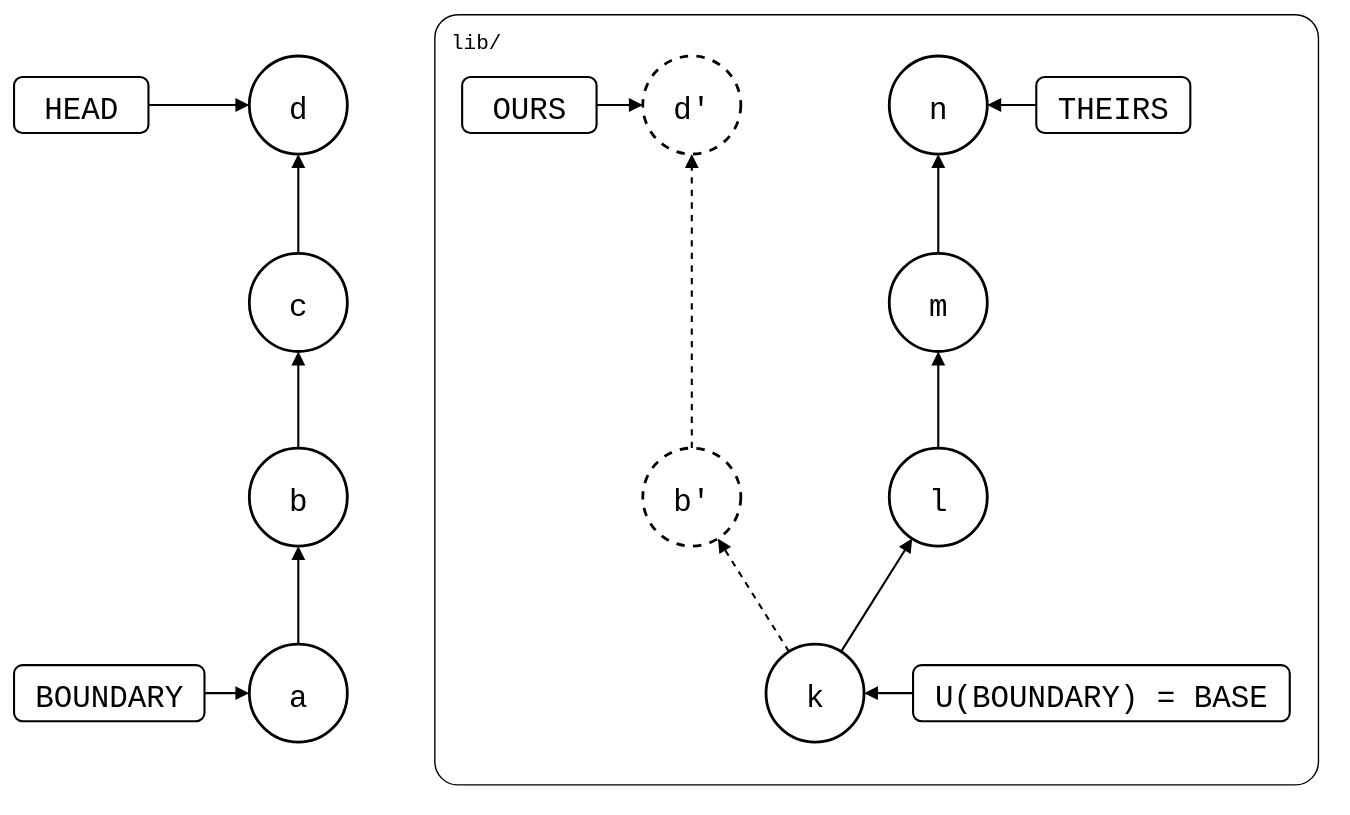
This is test/scenarios/01-everyday-sync/01-sync-model/before-pull-git-names.drawio.svg from roschaefer/git-splice, a draw.io export, as it was before one commit. Source tidied: cells renumbered, new cells last; positions are measured from the earlier drawing's top-left corner, leaving out a move shared by most shapes. Source of this version:
```xml
<mxGraphModel background="#ffffff">
  <root>
    <mxCell id="0" />
    <mxCell id="1" parent="0" />
    <mxCell id="2" value="lib/" style="rounded=1;arcSize=3;fillColor=none;strokeWidth=1;fontSize=15;verticalAlign=top;align=left;spacingLeft=10;spacingTop=4;fontFamily=Roboto Mono,monospace;" parent="1" vertex="1">
      <mxGeometry x="300" width="631" height="550" as="geometry" />
    </mxCell>
    <mxCell id="3" value="a" style="ellipse;strokeWidth=2;fontSize=22;fontFamily=Roboto Mono,monospace;" parent="1" vertex="1">
      <mxGeometry x="168" y="450" width="70" height="70" as="geometry" />
    </mxCell>
    <mxCell id="4" value="b" style="ellipse;strokeWidth=2;fontSize=22;fontFamily=Roboto Mono,monospace;" parent="1" vertex="1">
      <mxGeometry x="168" y="310" width="70" height="70" as="geometry" />
    </mxCell>
    <mxCell id="5" value="c" style="ellipse;strokeWidth=2;fontSize=22;fontFamily=Roboto Mono,monospace;" parent="1" vertex="1">
      <mxGeometry x="168" y="171" width="70" height="70" as="geometry" />
    </mxCell>
    <mxCell id="6" value="d" style="ellipse;strokeWidth=2;fontSize=22;fontFamily=Roboto Mono,monospace;" parent="1" vertex="1">
      <mxGeometry x="168" y="30" width="70" height="70" as="geometry" />
    </mxCell>
    <mxCell id="7" value="k" style="ellipse;strokeWidth=2;fontSize=22;fontFamily=Roboto Mono,monospace;" parent="1" vertex="1">
      <mxGeometry x="537" y="450" width="70" height="70" as="geometry" />
    </mxCell>
    <mxCell id="8" value="l" style="ellipse;strokeWidth=2;fontSize=22;fontFamily=Roboto Mono,monospace;" parent="1" vertex="1">
      <mxGeometry x="625" y="310" width="70" height="70" as="geometry" />
    </mxCell>
    <mxCell id="9" value="m" style="ellipse;strokeWidth=2;fontSize=22;fontFamily=Roboto Mono,monospace;" parent="1" vertex="1">
      <mxGeometry x="625" y="171" width="70" height="70" as="geometry" />
    </mxCell>
    <mxCell id="10" value="n" style="ellipse;strokeWidth=2;fontSize=22;fontFamily=Roboto Mono,monospace;" parent="1" vertex="1">
      <mxGeometry x="625" y="30" width="70" height="70" as="geometry" />
    </mxCell>
    <mxCell id="11" value="b'" style="ellipse;strokeWidth=2;fontSize=22;fontFamily=Roboto Mono,monospace;dashed=1;" parent="1" vertex="1">
      <mxGeometry x="449" y="310" width="70" height="70" as="geometry" />
    </mxCell>
    <mxCell id="12" value="d'" style="ellipse;strokeWidth=2;fontSize=22;fontFamily=Roboto Mono,monospace;dashed=1;" parent="1" vertex="1">
      <mxGeometry x="449" y="30" width="70" height="70" as="geometry" />
    </mxCell>
    <mxCell id="13" value="HEAD" style="rounded=1;strokeWidth=1.5;fontSize=22;fontFamily=Roboto Mono,monospace;" parent="1" vertex="1">
      <mxGeometry y="45" width="96" height="40" as="geometry" />
    </mxCell>
    <mxCell id="14" value="BOUNDARY" style="rounded=1;strokeWidth=1.5;fontSize=22;fontFamily=Roboto Mono,monospace;" parent="1" vertex="1">
      <mxGeometry y="465" width="136" height="40" as="geometry" />
    </mxCell>
    <mxCell id="15" value="U(BOUNDARY) = BASE" style="rounded=1;strokeWidth=1.5;fontSize=22;fontFamily=Roboto Mono,monospace;" parent="1" vertex="1">
      <mxGeometry x="642" y="465" width="269" height="40" as="geometry" />
    </mxCell>
    <mxCell id="16" value="THEIRS" style="rounded=1;strokeWidth=1.5;fontSize=22;fontFamily=Roboto Mono,monospace;" parent="1" vertex="1">
      <mxGeometry x="730" y="45" width="110" height="40" as="geometry" />
    </mxCell>
    <mxCell id="17" value="OURS" style="rounded=1;strokeWidth=1.5;fontSize=22;fontFamily=Roboto Mono,monospace;" parent="1" vertex="1">
      <mxGeometry x="320" y="45" width="96" height="40" as="geometry" />
    </mxCell>
    <mxCell id="18" style="endArrow=block;endFill=1;html=1;strokeWidth=1.5;rounded=0;" parent="1" edge="1" source="13" target="6">
      <mxGeometry relative="1" as="geometry" />
    </mxCell>
    <mxCell id="19" style="endArrow=block;endFill=1;html=1;strokeWidth=1.5;rounded=0;" parent="1" edge="1" source="5" target="6">
      <mxGeometry relative="1" as="geometry" />
    </mxCell>
    <mxCell id="20" style="endArrow=block;endFill=1;html=1;strokeWidth=1.5;rounded=0;" parent="1" edge="1" source="4" target="5">
      <mxGeometry relative="1" as="geometry" />
    </mxCell>
    <mxCell id="21" style="endArrow=block;endFill=1;html=1;strokeWidth=1.5;rounded=0;" parent="1" edge="1" source="3" target="4">
      <mxGeometry relative="1" as="geometry" />
    </mxCell>
    <mxCell id="22" style="endArrow=block;endFill=1;html=1;strokeWidth=1.5;rounded=0;" parent="1" edge="1" source="14" target="3">
      <mxGeometry relative="1" as="geometry" />
    </mxCell>
    <mxCell id="23" style="endArrow=block;endFill=1;html=1;strokeWidth=1.5;rounded=0;" parent="1" edge="1" source="15" target="7">
      <mxGeometry relative="1" as="geometry" />
    </mxCell>
    <mxCell id="24" style="endArrow=block;endFill=1;html=1;strokeWidth=1.5;rounded=0;" parent="1" edge="1" source="16" target="10">
      <mxGeometry relative="1" as="geometry" />
    </mxCell>
    <mxCell id="25" style="endArrow=block;endFill=1;html=1;strokeWidth=1.5;rounded=0;" parent="1" edge="1" source="7" target="8">
      <mxGeometry relative="1" as="geometry" />
    </mxCell>
    <mxCell id="26" style="endArrow=block;endFill=1;html=1;strokeWidth=1.5;rounded=0;" parent="1" edge="1" source="8" target="9">
      <mxGeometry relative="1" as="geometry" />
    </mxCell>
    <mxCell id="27" style="endArrow=block;endFill=1;html=1;strokeWidth=1.5;rounded=0;" parent="1" edge="1" source="9" target="10">
      <mxGeometry relative="1" as="geometry" />
    </mxCell>
    <mxCell id="28" style="endArrow=block;endFill=1;html=1;strokeWidth=1.5;rounded=0;dashed=1;" parent="1" edge="1" source="7" target="11">
      <mxGeometry relative="1" as="geometry" />
    </mxCell>
    <mxCell id="29" style="endArrow=block;endFill=1;html=1;strokeWidth=1.5;rounded=0;dashed=1;" parent="1" edge="1" source="11" target="12">
      <mxGeometry relative="1" as="geometry" />
    </mxCell>
    <mxCell id="30" style="endArrow=block;endFill=1;html=1;strokeWidth=1.5;rounded=0;" parent="1" edge="1" source="17" target="12">
      <mxGeometry relative="1" as="geometry" />
    </mxCell>
  </root>
</mxGraphModel>
```
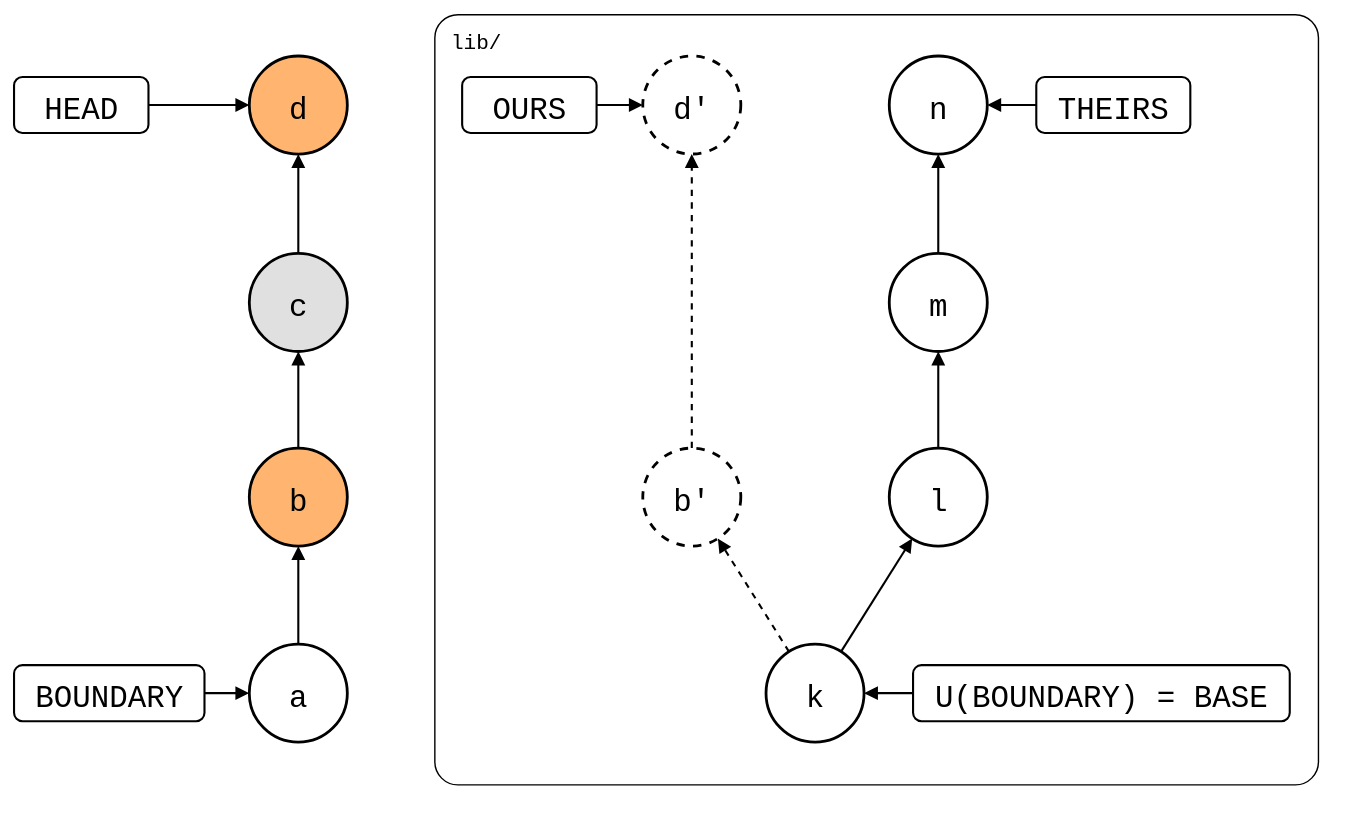
After the commit.

The edit, as a diff of the source:
```diff
@@ -8,13 +8,13 @@
     <mxCell id="3" value="a" style="ellipse;strokeWidth=2;fontSize=22;fontFamily=Roboto Mono,monospace;" parent="1" vertex="1">
       <mxGeometry x="168" y="450" width="70" height="70" as="geometry" />
     </mxCell>
-    <mxCell id="4" value="b" style="ellipse;strokeWidth=2;fontSize=22;fontFamily=Roboto Mono,monospace;" parent="1" vertex="1">
+    <mxCell id="4" value="b" style="ellipse;strokeWidth=2;fontSize=22;fontFamily=Roboto Mono,monospace;fillColor=#FFB570;" parent="1" vertex="1">
       <mxGeometry x="168" y="310" width="70" height="70" as="geometry" />
     </mxCell>
-    <mxCell id="5" value="c" style="ellipse;strokeWidth=2;fontSize=22;fontFamily=Roboto Mono,monospace;" parent="1" vertex="1">
+    <mxCell id="5" value="c" style="ellipse;strokeWidth=2;fontSize=22;fontFamily=Roboto Mono,monospace;fillColor=#E0E0E0;" parent="1" vertex="1">
       <mxGeometry x="168" y="171" width="70" height="70" as="geometry" />
     </mxCell>
-    <mxCell id="6" value="d" style="ellipse;strokeWidth=2;fontSize=22;fontFamily=Roboto Mono,monospace;" parent="1" vertex="1">
+    <mxCell id="6" value="d" style="ellipse;strokeWidth=2;fontSize=22;fontFamily=Roboto Mono,monospace;fillColor=#FFB570;" parent="1" vertex="1">
       <mxGeometry x="168" y="30" width="70" height="70" as="geometry" />
     </mxCell>
     <mxCell id="7" value="k" style="ellipse;strokeWidth=2;fontSize=22;fontFamily=Roboto Mono,monospace;" parent="1" vertex="1">
```
